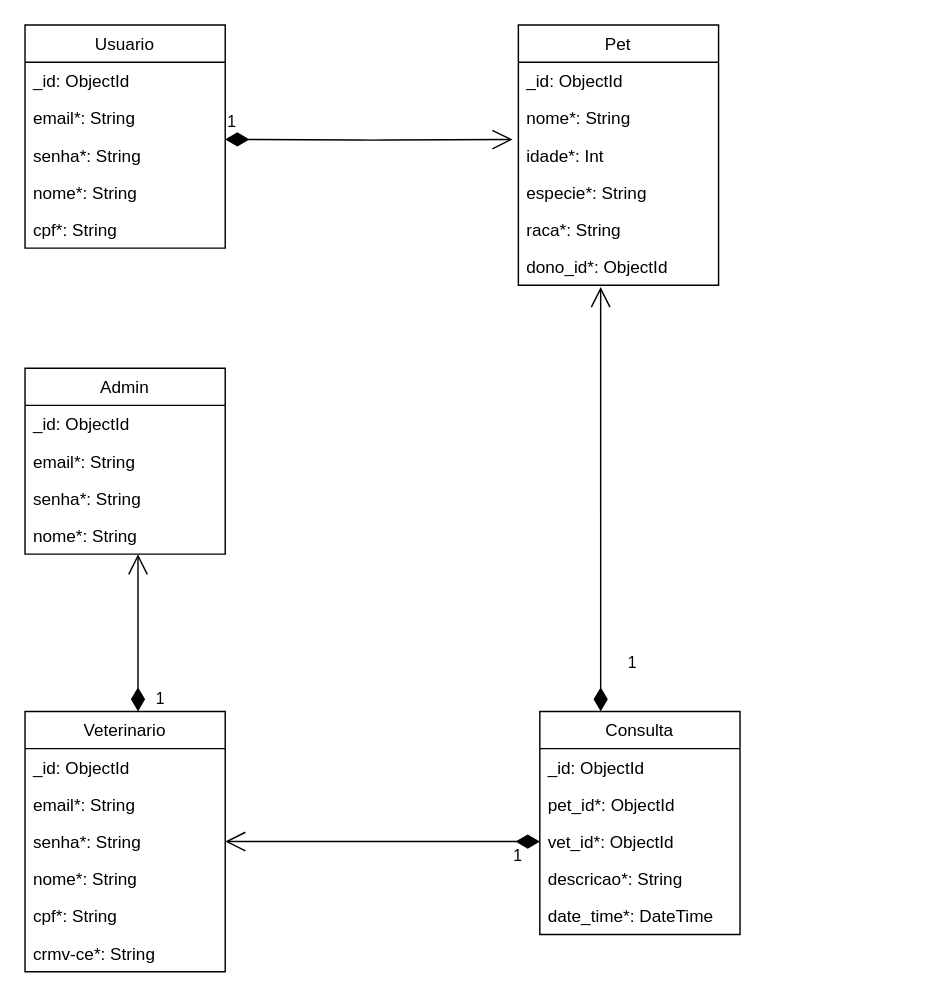
This is noam.drawio from FatecFranca/DSM-G03-PI3-2023-1, a draw.io file, before an edit. Source tidied: cells renumbered, new cells numbered last; positions are measured from the earlier drawing's top-left corner, leaving out a move shared by most shapes. Both pictures are drawn from the tidied source at 143%, with x=0, y=0 at pixel (24, 24).
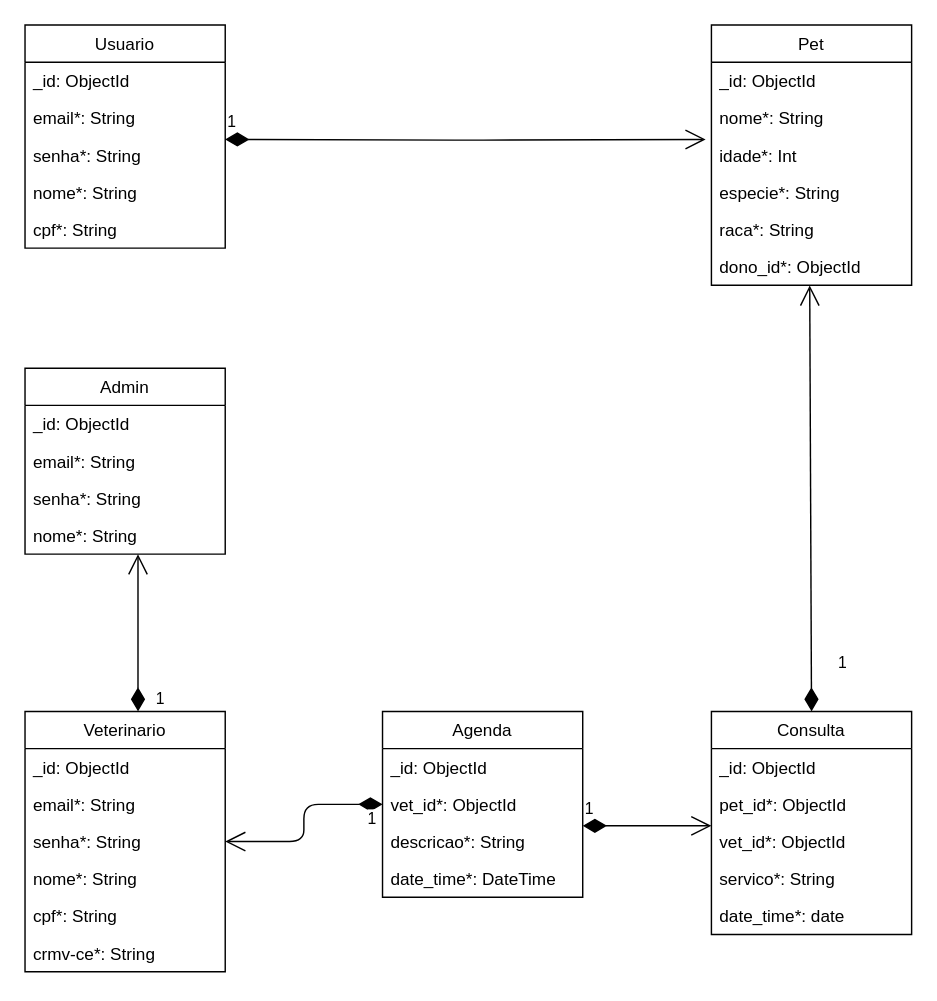
Above is the later version.

Commit message:
diagrama banco atualizado

The change refers to these unchanged cells:
```xml
<mxCell id="14" value="dono_id*: ObjectId" style="text;strokeColor=none;fillColor=none;align=left;verticalAlign=top;spacingLeft=4;spacingRight=4;overflow=hidden;points=[[0,0.5],[1,0.5]];portConstraint=eastwest;" parent="8" vertex="1">
  <mxGeometry y="156" width="140" height="26" as="geometry" />
</mxCell>
<mxCell id="19" value="vet_id*: ObjectId" style="text;strokeColor=none;fillColor=none;align=left;verticalAlign=top;spacingLeft=4;spacingRight=4;overflow=hidden;points=[[0,0.5],[1,0.5]];portConstraint=eastwest;" parent="16" vertex="1">
  <mxGeometry y="78" width="140" height="26" as="geometry" />
</mxCell>
<mxCell id="32" value="senha*: String" style="text;strokeColor=none;fillColor=none;align=left;verticalAlign=top;spacingLeft=4;spacingRight=4;overflow=hidden;points=[[0,0.5],[1,0.5]];portConstraint=eastwest;" parent="29" vertex="1">
  <mxGeometry y="78" width="140" height="26" as="geometry" />
</mxCell>
```

Diff of the diagram source:
```diff
@@
     <mxCell id="8" value="Pet" style="swimlane;fontStyle=0;horizontal=1;startSize=26;fillColor=none;" parent="1" vertex="1">
-      <mxGeometry x="345" width="140" height="182" as="geometry" />
+      <mxGeometry x="480" width="140" height="182" as="geometry" />
     </mxCell>
@@
     <mxCell id="16" value="Consulta" style="swimlane;fontStyle=0;horizontal=1;startSize=26;fillColor=none;" parent="1" vertex="1">
-      <mxGeometry x="360" y="480" width="140" height="156" as="geometry" />
+      <mxGeometry x="480" y="480" width="140" height="156" as="geometry" />
     </mxCell>
@@
-    <mxCell id="20" value="descricao*: String" style="text;strokeColor=none;fillColor=none;align=left;verticalAlign=top;spacingLeft=4;spacingRight=4;overflow=hidden;" parent="16" vertex="1">
+    <mxCell id="20" value="servico*: String" style="text;strokeColor=none;fillColor=none;align=left;verticalAlign=top;spacingLeft=4;spacingRight=4;overflow=hidden;" parent="16" vertex="1">
       <mxGeometry y="104" width="140" height="26" as="geometry" />
     </mxCell>
-    <mxCell id="21" value="date_time*: DateTime" style="text;strokeColor=none;fillColor=none;align=left;verticalAlign=top;spacingLeft=4;spacingRight=4;overflow=hidden;" parent="16" vertex="1">
+    <mxCell id="21" value="date_time*: date" style="text;strokeColor=none;fillColor=none;align=left;verticalAlign=top;spacingLeft=4;spacingRight=4;overflow=hidden;" parent="16" vertex="1">
       <mxGeometry y="130" width="140" height="26" as="geometry" />
     </mxCell>
-    <mxCell id="22" value="1" style="endArrow=open;html=1;endSize=12;startArrow=diamondThin;startSize=14;startFill=1;align=left;verticalAlign=bottom;entryX=0.411;entryY=1.046;entryDx=0;entryDy=0;entryPerimeter=0;exitX=0.304;exitY=0;exitDx=0;exitDy=0;exitPerimeter=0;" parent="1" edge="1" source="16" target="14">
+    <mxCell id="22" value="1" style="endArrow=open;html=1;endSize=12;startArrow=diamondThin;startSize=14;startFill=1;align=left;verticalAlign=bottom;exitX=0.5;exitY=0;exitDx=0;exitDy=0;entryX=0.491;entryY=1.004;entryDx=0;entryDy=0;entryPerimeter=0;" parent="1" edge="1" source="16" target="14">
       <mxGeometry x="-0.83" y="-17" relative="1" as="geometry" />
     </mxCell>
@@
-    <mxCell id="36" value="1" style="endArrow=open;html=1;endSize=12;startArrow=diamondThin;startSize=14;startFill=1;edgeStyle=orthogonalEdgeStyle;align=left;verticalAlign=bottom;entryX=1;entryY=0.5;entryDx=0;entryDy=0;exitX=0;exitY=0.5;exitDx=0;exitDy=0;" parent="1" edge="1" source="19" target="32">
+    <mxCell id="36" value="1" style="endArrow=open;html=1;endSize=12;startArrow=diamondThin;startSize=14;startFill=1;edgeStyle=orthogonalEdgeStyle;align=left;verticalAlign=bottom;entryX=1;entryY=0.5;entryDx=0;entryDy=0;exitX=0;exitY=0.5;exitDx=0;exitDy=0;" parent="1" edge="1" source="39" target="32">
       <mxGeometry x="-0.82" y="19" relative="1" as="geometry" />
     </mxCell>
+    <mxCell id="37" value="Agenda" style="swimlane;fontStyle=0;horizontal=1;startSize=26;fillColor=none;" parent="1" vertex="1">
+      <mxGeometry x="250" y="480" width="140" height="130" as="geometry" />
+    </mxCell>
+    <mxCell id="38" value="_id: ObjectId" style="text;strokeColor=none;fillColor=none;align=left;verticalAlign=top;spacingLeft=4;spacingRight=4;overflow=hidden;" parent="37" vertex="1">
+      <mxGeometry y="26" width="140" height="26" as="geometry" />
+    </mxCell>
+    <mxCell id="39" value="vet_id*: ObjectId" style="text;strokeColor=none;fillColor=none;align=left;verticalAlign=top;spacingLeft=4;spacingRight=4;overflow=hidden;points=[[0,0.5],[1,0.5]];portConstraint=eastwest;" parent="37" vertex="1">
+      <mxGeometry y="52" width="140" height="26" as="geometry" />
+    </mxCell>
+    <mxCell id="40" value="descricao*: String" style="text;strokeColor=none;fillColor=none;align=left;verticalAlign=top;spacingLeft=4;spacingRight=4;overflow=hidden;" parent="37" vertex="1">
+      <mxGeometry y="78" width="140" height="26" as="geometry" />
+    </mxCell>
+    <mxCell id="41" value="date_time*: DateTime" style="text;strokeColor=none;fillColor=none;align=left;verticalAlign=top;spacingLeft=4;spacingRight=4;overflow=hidden;" parent="37" vertex="1">
+      <mxGeometry y="104" width="140" height="26" as="geometry" />
+    </mxCell>
+    <mxCell id="42" value="1" style="endArrow=open;html=1;endSize=12;startArrow=diamondThin;startSize=14;startFill=1;edgeStyle=orthogonalEdgeStyle;align=left;verticalAlign=bottom;" parent="1" edge="1">
+      <mxGeometry x="-1" y="3" relative="1" as="geometry">
+        <mxPoint x="390" y="560" as="sourcePoint" />
+        <mxPoint x="480" y="560" as="targetPoint" />
+      </mxGeometry>
+    </mxCell>
```
